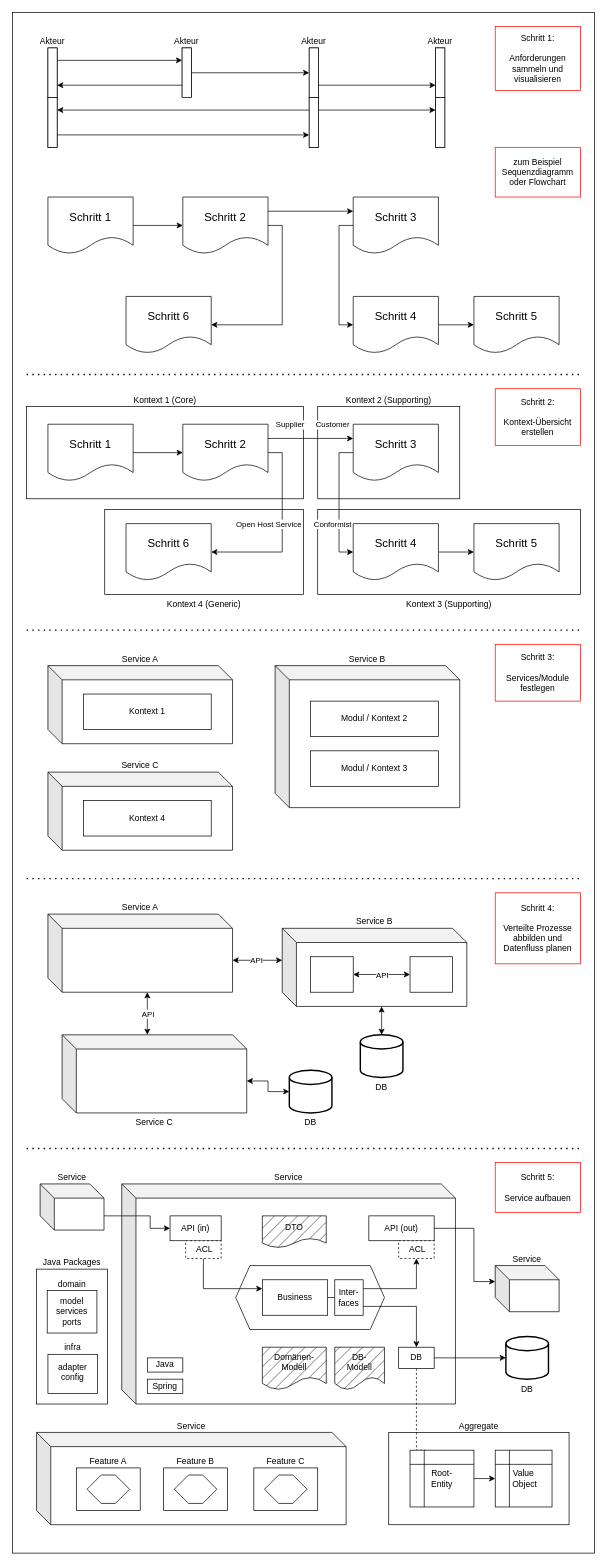
Above: images/steps/software-architecture-guide-all-steps.drawio in coc-university/software-architecture-guide (draw.io), before the change. Source tidied: cells renumbered, new cells numbered last; positions are measured from the earlier drawing's top-left corner, leaving out a move shared by most shapes. Both pictures are drawn from the tidied source at 71%, with x=0, y=0 at pixel (12, 12).
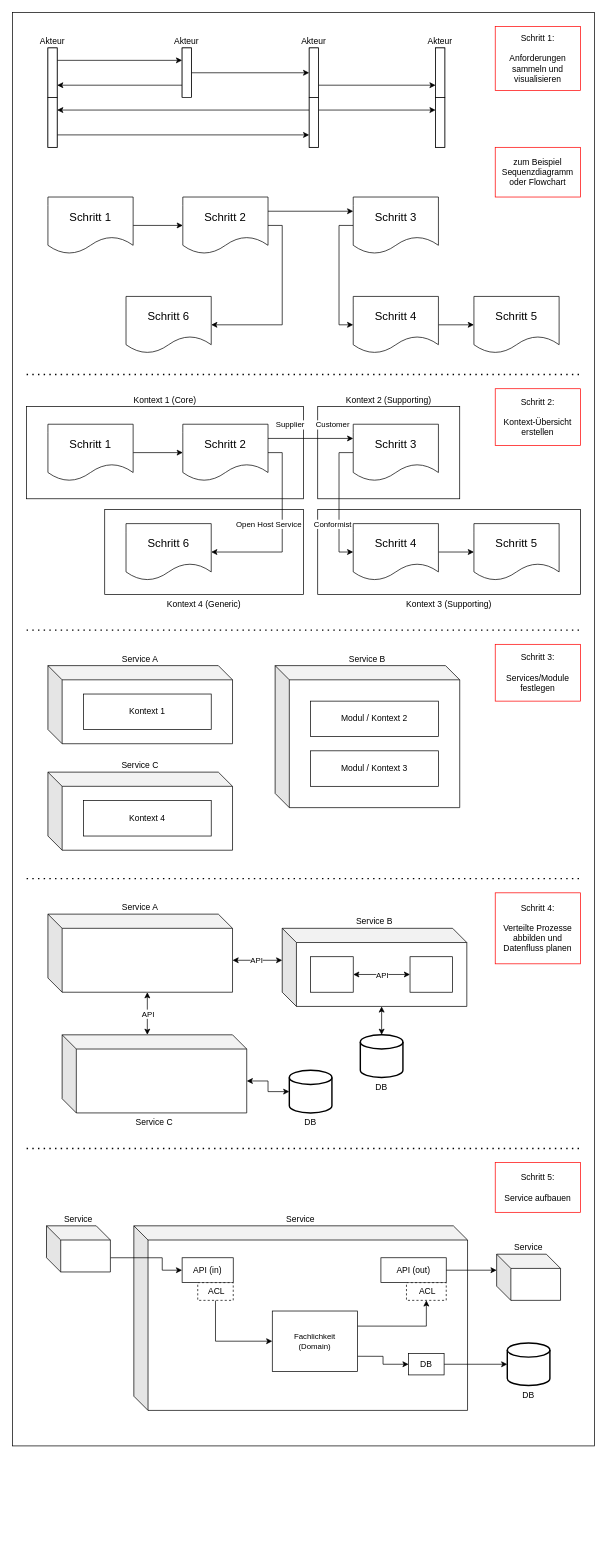
After the change.

What changed in the source:
```diff
@@
     <mxCell id="2" style="rounded=0;whiteSpace=wrap;html=1;" parent="1" vertex="1">
-      <mxGeometry width="820" height="2170" as="geometry" />
+      <mxGeometry width="820" height="2019" as="geometry" />
     </mxCell>
@@
-    <mxCell id="64" value="Aggregate" style="rounded=0;whiteSpace=wrap;html=1;labelPosition=center;verticalLabelPosition=top;align=center;verticalAlign=bottom;" parent="1" vertex="1">
-      <mxGeometry x="530" y="2000" width="254" height="130" as="geometry" />
-    </mxCell>
-    <mxCell id="65" value="Service" style="shape=cube;whiteSpace=wrap;html=1;boundedLbl=1;backgroundOutline=1;darkOpacity=0.05;darkOpacity2=0.1;labelPosition=center;verticalLabelPosition=top;align=center;verticalAlign=bottom;" parent="1" vertex="1">
-      <mxGeometry x="154" y="1650" width="470" height="310" as="geometry" />
-    </mxCell>
-    <mxCell id="66" style="shape=hexagon;perimeter=hexagonPerimeter2;whiteSpace=wrap;html=1;fixedSize=1;" parent="1" vertex="1">
-      <mxGeometry x="314.5" y="1765" width="209.5" height="90" as="geometry" />
-    </mxCell>
-    <mxCell id="67" value="API (in)" style="rounded=0;whiteSpace=wrap;html=1;labelPosition=center;verticalLabelPosition=middle;align=center;verticalAlign=middle;strokeColor=light-dark(#000000,#FF8000);" parent="1" vertex="1">
-      <mxGeometry x="222" y="1695" width="72" height="35" as="geometry" />
-    </mxCell>
-    <mxCell id="68" value="API (out)" style="rounded=0;whiteSpace=wrap;html=1;labelPosition=center;verticalLabelPosition=middle;align=center;verticalAlign=middle;strokeColor=light-dark(#000000,#FF8000);" parent="1" vertex="1">
-      <mxGeometry x="502" y="1695" width="92" height="35" as="geometry" />
-    </mxCell>
-    <mxCell id="69" style="edgeStyle=orthogonalEdgeStyle;rounded=0;jettySize=auto;html=1;exitX=1;exitY=0.5;exitDx=0;exitDy=0;entryX=0;entryY=0.5;entryDx=0;entryDy=0;endArrow=none;startFill=0;" parent="1" edge="1" source="70" target="81">
-      <mxGeometry relative="1" as="geometry" />
-    </mxCell>
-    <mxCell id="70" value="Business" style="rounded=0;whiteSpace=wrap;html=1;labelPosition=center;verticalLabelPosition=middle;align=center;verticalAlign=middle;strokeColor=light-dark(#000000,#009900);" parent="1" vertex="1">
-      <mxGeometry x="352" y="1785" width="92" height="50" as="geometry" />
-    </mxCell>
-    <mxCell id="71" style="edgeStyle=orthogonalEdgeStyle;rounded=0;jettySize=auto;html=1;exitX=0.5;exitY=1;exitDx=0;exitDy=0;entryX=0.25;entryY=0;entryDx=0;entryDy=0;endArrow=none;startFill=0;dashed=1;" parent="1" edge="1" source="72" target="92">
-      <mxGeometry relative="1" as="geometry">
-        <Array as="points">
-          <mxPoint x="569" y="2025" />
-        </Array>
-      </mxGeometry>
-    </mxCell>
-    <mxCell id="72" value="DB" style="rounded=0;whiteSpace=wrap;html=1;labelPosition=center;verticalLabelPosition=middle;align=center;verticalAlign=middle;strokeColor=light-dark(#000000,#FF8000);" parent="1" vertex="1">
-      <mxGeometry x="544" y="1880" width="50" height="30" as="geometry" />
-    </mxCell>
-    <mxCell id="73" value="Service" style="shape=cube;whiteSpace=wrap;html=1;boundedLbl=1;backgroundOutline=1;darkOpacity=0.05;darkOpacity2=0.1;labelPosition=center;verticalLabelPosition=top;align=center;verticalAlign=bottom;" parent="1" vertex="1">
-      <mxGeometry x="680" y="1765" width="90" height="65" as="geometry" />
-    </mxCell>
-    <mxCell id="74" value="DB" style="strokeWidth=2;html=1;shape=mxgraph.flowchart.database;whiteSpace=wrap;labelPosition=center;verticalLabelPosition=bottom;align=center;verticalAlign=top;" parent="1" vertex="1">
-      <mxGeometry x="695" y="1865" width="60" height="60" as="geometry" />
-    </mxCell>
-    <mxCell id="75" style="edgeStyle=orthogonalEdgeStyle;rounded=0;jettySize=auto;html=1;exitX=1;exitY=0.5;exitDx=0;exitDy=0;entryX=0;entryY=0.5;entryDx=0;entryDy=0;entryPerimeter=0;" parent="1" edge="1" source="72" target="74">
-      <mxGeometry relative="1" as="geometry" />
-    </mxCell>
-    <mxCell id="76" style="edgeStyle=orthogonalEdgeStyle;rounded=0;jettySize=auto;html=1;exitX=1;exitY=0.5;exitDx=0;exitDy=0;entryX=0;entryY=0;entryDx=0;entryDy=22.5;entryPerimeter=0;" parent="1" edge="1" source="68" target="73">
-      <mxGeometry relative="1" as="geometry">
-        <Array as="points">
-          <mxPoint x="650" y="1713" />
-          <mxPoint x="650" y="1788" />
-        </Array>
-      </mxGeometry>
-    </mxCell>
-    <mxCell id="77" style="edgeStyle=orthogonalEdgeStyle;rounded=0;jettySize=auto;html=1;exitX=0;exitY=0;exitDx=90;exitDy=45;exitPerimeter=0;entryX=0;entryY=0.5;entryDx=0;entryDy=0;" parent="1" edge="1" source="78" target="67">
-      <mxGeometry relative="1" as="geometry">
-        <Array as="points">
-          <mxPoint x="194" y="1695" />
-          <mxPoint x="194" y="1713" />
-        </Array>
-      </mxGeometry>
-    </mxCell>
-    <mxCell id="78" value="Service" style="shape=cube;whiteSpace=wrap;html=1;boundedLbl=1;backgroundOutline=1;darkOpacity=0.05;darkOpacity2=0.1;labelPosition=center;verticalLabelPosition=top;align=center;verticalAlign=bottom;" parent="1" vertex="1">
-      <mxGeometry x="39" y="1650" width="90" height="65" as="geometry" />
-    </mxCell>
-    <mxCell id="79" style="edgeStyle=orthogonalEdgeStyle;rounded=0;jettySize=auto;html=1;exitX=1;exitY=0.75;exitDx=0;exitDy=0;entryX=0.5;entryY=0;entryDx=0;entryDy=0;" parent="1" edge="1" source="81" target="72">
-      <mxGeometry relative="1" as="geometry" />
-    </mxCell>
-    <mxCell id="80" style="edgeStyle=orthogonalEdgeStyle;rounded=0;jettySize=auto;html=1;exitX=1;exitY=0.25;exitDx=0;exitDy=0;" parent="1" edge="1" source="81" target="85">
-      <mxGeometry relative="1" as="geometry" />
-    </mxCell>
-    <mxCell id="81" value="Inter-&lt;div&gt;faces&lt;/div&gt;" style="rounded=0;whiteSpace=wrap;html=1;labelPosition=center;verticalLabelPosition=middle;align=center;verticalAlign=middle;strokeColor=light-dark(#000000,#009900);" parent="1" vertex="1">
-      <mxGeometry x="454" y="1785" width="40" height="50" as="geometry" />
-    </mxCell>
-    <mxCell id="82" value="Spring" style="rounded=0;whiteSpace=wrap;html=1;labelPosition=center;verticalLabelPosition=middle;align=center;verticalAlign=middle;strokeColor=light-dark(#000000,#FF8000);" parent="1" vertex="1">
-      <mxGeometry x="190" y="1925" width="50" height="20" as="geometry" />
-    </mxCell>
-    <mxCell id="83" value="Java" style="rounded=0;whiteSpace=wrap;html=1;labelPosition=center;verticalLabelPosition=middle;align=center;verticalAlign=middle;strokeColor=light-dark(#000000,#009900);" parent="1" vertex="1">
-      <mxGeometry x="190" y="1895" width="50" height="20" as="geometry" />
-    </mxCell>
-    <mxCell id="84" value="Domänen-Modell" style="shape=document;whiteSpace=wrap;html=1;boundedLbl=1;strokeColor=light-dark(#000000,#009900);fillStyle=hatch;fillColor=#4D4D4D;" parent="1" vertex="1">
-      <mxGeometry x="352" y="1880" width="90" height="60" as="geometry" />
-    </mxCell>
-    <mxCell id="85" value="&amp;nbsp;&lt;span style=&quot;background-color: transparent; color: light-dark(rgb(0, 0, 0), rgb(255, 255, 255));&quot;&gt;ACL&lt;/span&gt;" style="rounded=0;whiteSpace=wrap;html=1;labelPosition=center;verticalLabelPosition=middle;align=center;verticalAlign=middle;strokeColor=light-dark(#000000,#FF8000);dashed=1;" parent="1" vertex="1">
-      <mxGeometry x="544" y="1730" width="50" height="25" as="geometry" />
-    </mxCell>
-    <mxCell id="86" style="edgeStyle=orthogonalEdgeStyle;rounded=0;jettySize=auto;html=1;exitX=0.5;exitY=1;exitDx=0;exitDy=0;entryX=0;entryY=0.25;entryDx=0;entryDy=0;" parent="1" edge="1" source="87" target="70">
-      <mxGeometry relative="1" as="geometry" />
-    </mxCell>
-    <mxCell id="87" value="&amp;nbsp;&lt;span style=&quot;background-color: transparent; color: light-dark(rgb(0, 0, 0), rgb(255, 255, 255));&quot;&gt;ACL&lt;/span&gt;" style="rounded=0;whiteSpace=wrap;html=1;labelPosition=center;verticalLabelPosition=middle;align=center;verticalAlign=middle;strokeColor=light-dark(#000000,#FF8000);dashed=1;" parent="1" vertex="1">
-      <mxGeometry x="244" y="1730" width="50" height="25" as="geometry" />
-    </mxCell>
-    <mxCell id="88" value="DTO" style="shape=document;whiteSpace=wrap;html=1;boundedLbl=1;strokeColor=light-dark(#000000,#009900);fillStyle=hatch;fillColor=#4D4D4D;" parent="1" vertex="1">
-      <mxGeometry x="352" y="1695" width="90" height="45" as="geometry" />
-    </mxCell>
-    <mxCell id="89" value="DB-&lt;div&gt;Modell&lt;/div&gt;" style="shape=document;whiteSpace=wrap;html=1;boundedLbl=1;strokeColor=light-dark(#000000,#FF8000);fillStyle=hatch;fillColor=#4D4D4D;" parent="1" vertex="1">
-      <mxGeometry x="454" y="1880" width="70" height="60" as="geometry" />
-    </mxCell>
-    <mxCell id="90" value="Value&lt;div&gt;&amp;nbsp;Object&lt;/div&gt;" style="shape=internalStorage;whiteSpace=wrap;html=1;backgroundOutline=1;" parent="1" vertex="1">
-      <mxGeometry x="680" y="2025" width="80" height="80" as="geometry" />
-    </mxCell>
-    <mxCell id="91" style="edgeStyle=orthogonalEdgeStyle;rounded=0;jettySize=auto;html=1;exitX=1;exitY=0.5;exitDx=0;exitDy=0;entryX=0;entryY=0.5;entryDx=0;entryDy=0;" parent="1" edge="1" source="92" target="90">
-      <mxGeometry relative="1" as="geometry" />
-    </mxCell>
-    <mxCell id="92" value="&lt;div&gt;Root-&lt;/div&gt;&lt;div&gt;Entity&lt;/div&gt;" style="shape=internalStorage;whiteSpace=wrap;html=1;backgroundOutline=1;" parent="1" vertex="1">
-      <mxGeometry x="560" y="2025" width="90" height="80" as="geometry" />
-    </mxCell>
-    <mxCell id="93" value="Service" style="shape=cube;whiteSpace=wrap;html=1;boundedLbl=1;backgroundOutline=1;darkOpacity=0.05;darkOpacity2=0.1;labelPosition=center;verticalLabelPosition=top;align=center;verticalAlign=bottom;" parent="1" vertex="1">
-      <mxGeometry x="34" y="2000" width="436" height="130" as="geometry" />
-    </mxCell>
-    <mxCell id="94" value="Feature&amp;nbsp;&lt;span style=&quot;background-color: transparent; color: light-dark(rgb(0, 0, 0), rgb(255, 255, 255));&quot;&gt;B&lt;/span&gt;" style="rounded=0;whiteSpace=wrap;html=1;labelPosition=center;verticalLabelPosition=top;align=center;verticalAlign=bottom;strokeColor=light-dark(#000000,#009900);" parent="1" vertex="1">
-      <mxGeometry x="213" y="2050" width="90" height="60" as="geometry" />
-    </mxCell>
-    <mxCell id="95" style="shape=hexagon;perimeter=hexagonPerimeter2;whiteSpace=wrap;html=1;fixedSize=1;" parent="1" vertex="1">
-      <mxGeometry x="228" y="2060" width="60" height="40" as="geometry" />
-    </mxCell>
-    <mxCell id="96" value="Feature A" style="rounded=0;whiteSpace=wrap;html=1;labelPosition=center;verticalLabelPosition=top;align=center;verticalAlign=bottom;strokeColor=light-dark(#000000,#009900);" parent="1" vertex="1">
-      <mxGeometry x="90" y="2050" width="90" height="60" as="geometry" />
-    </mxCell>
-    <mxCell id="97" style="shape=hexagon;perimeter=hexagonPerimeter2;whiteSpace=wrap;html=1;fixedSize=1;" parent="1" vertex="1">
-      <mxGeometry x="105" y="2060" width="60" height="40" as="geometry" />
-    </mxCell>
-    <mxCell id="98" value="Feature C" style="rounded=0;whiteSpace=wrap;html=1;labelPosition=center;verticalLabelPosition=top;align=center;verticalAlign=bottom;strokeColor=light-dark(#000000,#009900);" parent="1" vertex="1">
-      <mxGeometry x="340" y="2050" width="90" height="60" as="geometry" />
-    </mxCell>
-    <mxCell id="99" style="shape=hexagon;perimeter=hexagonPerimeter2;whiteSpace=wrap;html=1;fixedSize=1;" parent="1" vertex="1">
-      <mxGeometry x="355" y="2060" width="60" height="40" as="geometry" />
-    </mxCell>
-    <mxCell id="100" value="Java Packages" style="rounded=0;whiteSpace=wrap;html=1;labelPosition=center;verticalLabelPosition=top;align=center;verticalAlign=bottom;" parent="1" vertex="1">
-      <mxGeometry x="34" y="1770" width="100" height="190" as="geometry" />
-    </mxCell>
-    <mxCell id="101" value="domain" style="rounded=0;whiteSpace=wrap;html=1;labelPosition=center;verticalLabelPosition=top;align=center;verticalAlign=bottom;strokeColor=light-dark(#000000,#009900);" parent="1" vertex="1">
-      <mxGeometry x="49" y="1800" width="70" height="60" as="geometry" />
-    </mxCell>
-    <mxCell id="102" value="infra" style="rounded=0;whiteSpace=wrap;html=1;labelPosition=center;verticalLabelPosition=top;align=center;verticalAlign=bottom;strokeColor=light-dark(#000000,#FF8000);" parent="1" vertex="1">
-      <mxGeometry x="50" y="1890" width="70" height="55" as="geometry" />
-    </mxCell>
-    <mxCell id="103" value="model&lt;div&gt;services&lt;br&gt;ports&lt;/div&gt;" style="rounded=0;whiteSpace=wrap;html=1;labelPosition=center;verticalLabelPosition=middle;align=center;verticalAlign=middle;strokeColor=none;" parent="1" vertex="1">
-      <mxGeometry x="54" y="1807.5" width="60" height="45" as="geometry" />
-    </mxCell>
-    <mxCell id="104" value="adapter&lt;div&gt;config&lt;/div&gt;" style="rounded=0;whiteSpace=wrap;html=1;labelPosition=center;verticalLabelPosition=middle;align=center;verticalAlign=middle;strokeColor=none;" parent="1" vertex="1">
-      <mxGeometry x="55" y="1900" width="60" height="30" as="geometry" />
-    </mxCell>
@@
+    <mxCell id="124" value="Service" style="shape=cube;whiteSpace=wrap;html=1;boundedLbl=1;backgroundOutline=1;darkOpacity=0.05;darkOpacity2=0.1;labelPosition=center;verticalLabelPosition=top;align=center;verticalAlign=bottom;" parent="1" vertex="1">
+      <mxGeometry x="171" y="1709" width="470" height="260" as="geometry" />
+    </mxCell>
+    <mxCell id="67" value="API (in)" style="rounded=0;whiteSpace=wrap;html=1;labelPosition=center;verticalLabelPosition=middle;align=center;verticalAlign=middle;strokeColor=light-dark(#000000,#FFFFFF);" parent="1" vertex="1">
+      <mxGeometry x="239" y="1754" width="72" height="35" as="geometry" />
+    </mxCell>
+    <mxCell id="68" value="API (out)" style="rounded=0;whiteSpace=wrap;html=1;labelPosition=center;verticalLabelPosition=middle;align=center;verticalAlign=middle;strokeColor=light-dark(#000000,#FFFFFF);" parent="1" vertex="1">
+      <mxGeometry x="519" y="1754" width="92" height="35" as="geometry" />
+    </mxCell>
+    <mxCell id="75" style="edgeStyle=orthogonalEdgeStyle;shape=connector;rounded=0;jettySize=auto;html=1;exitX=1;exitY=0.5;exitDx=0;exitDy=0;strokeColor=default;align=center;verticalAlign=middle;fontFamily=Helvetica;fontSize=11;fontColor=default;labelBackgroundColor=default;endArrow=classic;endFill=1;" parent="1" edge="1" source="72" target="74">
+      <mxGeometry relative="1" as="geometry" />
+    </mxCell>
+    <mxCell id="72" value="DB" style="rounded=0;whiteSpace=wrap;html=1;labelPosition=center;verticalLabelPosition=middle;align=center;verticalAlign=middle;strokeColor=light-dark(#000000,#FFFFFF);" parent="1" vertex="1">
+      <mxGeometry x="558" y="1889" width="50" height="30" as="geometry" />
+    </mxCell>
+    <mxCell id="125" value="Service" style="shape=cube;whiteSpace=wrap;html=1;boundedLbl=1;backgroundOutline=1;darkOpacity=0.05;darkOpacity2=0.1;labelPosition=center;verticalLabelPosition=top;align=center;verticalAlign=bottom;" parent="1" vertex="1">
+      <mxGeometry x="682" y="1749" width="90" height="65" as="geometry" />
+    </mxCell>
+    <mxCell id="74" value="DB" style="strokeWidth=2;html=1;shape=mxgraph.flowchart.database;whiteSpace=wrap;labelPosition=center;verticalLabelPosition=bottom;align=center;verticalAlign=top;" parent="1" vertex="1">
+      <mxGeometry x="697" y="1874" width="60" height="60" as="geometry" />
+    </mxCell>
+    <mxCell id="126" style="edgeStyle=orthogonalEdgeStyle;rounded=0;jettySize=auto;html=1;exitX=1;exitY=0.5;exitDx=0;exitDy=0;entryX=0;entryY=0;entryDx=0;entryDy=22.5;entryPerimeter=0;" parent="1" edge="1" source="68" target="125">
+      <mxGeometry relative="1" as="geometry">
+        <Array as="points">
+          <mxPoint x="678" y="1772" />
+          <mxPoint x="678" y="1772" />
+        </Array>
+      </mxGeometry>
+    </mxCell>
+    <mxCell id="127" style="edgeStyle=orthogonalEdgeStyle;rounded=0;jettySize=auto;html=1;exitX=0;exitY=0;exitDx=90;exitDy=45;exitPerimeter=0;entryX=0;entryY=0.5;entryDx=0;entryDy=0;" parent="1" edge="1" source="128" target="67">
+      <mxGeometry relative="1" as="geometry">
+        <Array as="points">
+          <mxPoint x="211" y="1754" />
+          <mxPoint x="211" y="1772" />
+        </Array>
+      </mxGeometry>
+    </mxCell>
+    <mxCell id="128" value="Service" style="shape=cube;whiteSpace=wrap;html=1;boundedLbl=1;backgroundOutline=1;darkOpacity=0.05;darkOpacity2=0.1;labelPosition=center;verticalLabelPosition=top;align=center;verticalAlign=bottom;" parent="1" vertex="1">
+      <mxGeometry x="48" y="1709" width="90" height="65" as="geometry" />
+    </mxCell>
+    <mxCell id="129" value="&amp;nbsp;&lt;span style=&quot;background-color: transparent; color: light-dark(rgb(0, 0, 0), rgb(255, 255, 255));&quot;&gt;ACL&lt;/span&gt;" style="rounded=0;whiteSpace=wrap;html=1;labelPosition=center;verticalLabelPosition=middle;align=center;verticalAlign=middle;strokeColor=light-dark(#000000,#FFFFFF);dashed=1;" parent="1" vertex="1">
+      <mxGeometry x="555" y="1789" width="56" height="25" as="geometry" />
+    </mxCell>
+    <mxCell id="130" style="edgeStyle=orthogonalEdgeStyle;shape=connector;rounded=0;jettySize=auto;html=1;exitX=0.5;exitY=1;exitDx=0;exitDy=0;entryX=0;entryY=0.5;entryDx=0;entryDy=0;strokeColor=default;align=center;verticalAlign=middle;fontFamily=Helvetica;fontSize=11;fontColor=default;labelBackgroundColor=default;endArrow=classic;endFill=1;" parent="1" edge="1" source="131" target="134">
+      <mxGeometry relative="1" as="geometry" />
+    </mxCell>
+    <mxCell id="131" value="&amp;nbsp;&lt;span style=&quot;background-color: transparent; color: light-dark(rgb(0, 0, 0), rgb(255, 255, 255));&quot;&gt;ACL&lt;/span&gt;" style="rounded=0;whiteSpace=wrap;html=1;labelPosition=center;verticalLabelPosition=middle;align=center;verticalAlign=middle;strokeColor=light-dark(#000000,#FFFFFF);dashed=1;" parent="1" vertex="1">
+      <mxGeometry x="261" y="1789" width="50" height="25" as="geometry" />
+    </mxCell>
+    <mxCell id="132" style="edgeStyle=orthogonalEdgeStyle;shape=connector;rounded=0;jettySize=auto;html=1;exitX=1;exitY=0.25;exitDx=0;exitDy=0;entryX=0.5;entryY=1;entryDx=0;entryDy=0;strokeColor=default;align=center;verticalAlign=middle;fontFamily=Helvetica;fontSize=11;fontColor=default;labelBackgroundColor=default;endArrow=classic;endFill=1;" parent="1" edge="1" source="134" target="129">
+      <mxGeometry relative="1" as="geometry" />
+    </mxCell>
+    <mxCell id="133" style="edgeStyle=orthogonalEdgeStyle;shape=connector;rounded=0;jettySize=auto;html=1;exitX=1;exitY=0.75;exitDx=0;exitDy=0;entryX=0;entryY=0.5;entryDx=0;entryDy=0;strokeColor=default;align=center;verticalAlign=middle;fontFamily=Helvetica;fontSize=11;fontColor=default;labelBackgroundColor=default;endArrow=classic;endFill=1;" parent="1" edge="1" source="134" target="72">
+      <mxGeometry relative="1" as="geometry" />
+    </mxCell>
+    <mxCell id="134" value="Fachlichkeit&lt;div&gt;(Domain)&lt;/div&gt;" style="rounded=0;whiteSpace=wrap;html=1;fontFamily=Helvetica;fontSize=11;fontColor=default;labelBackgroundColor=default;" parent="1" vertex="1">
+      <mxGeometry x="366" y="1829" width="120" height="85" as="geometry" />
+    </mxCell>
```
